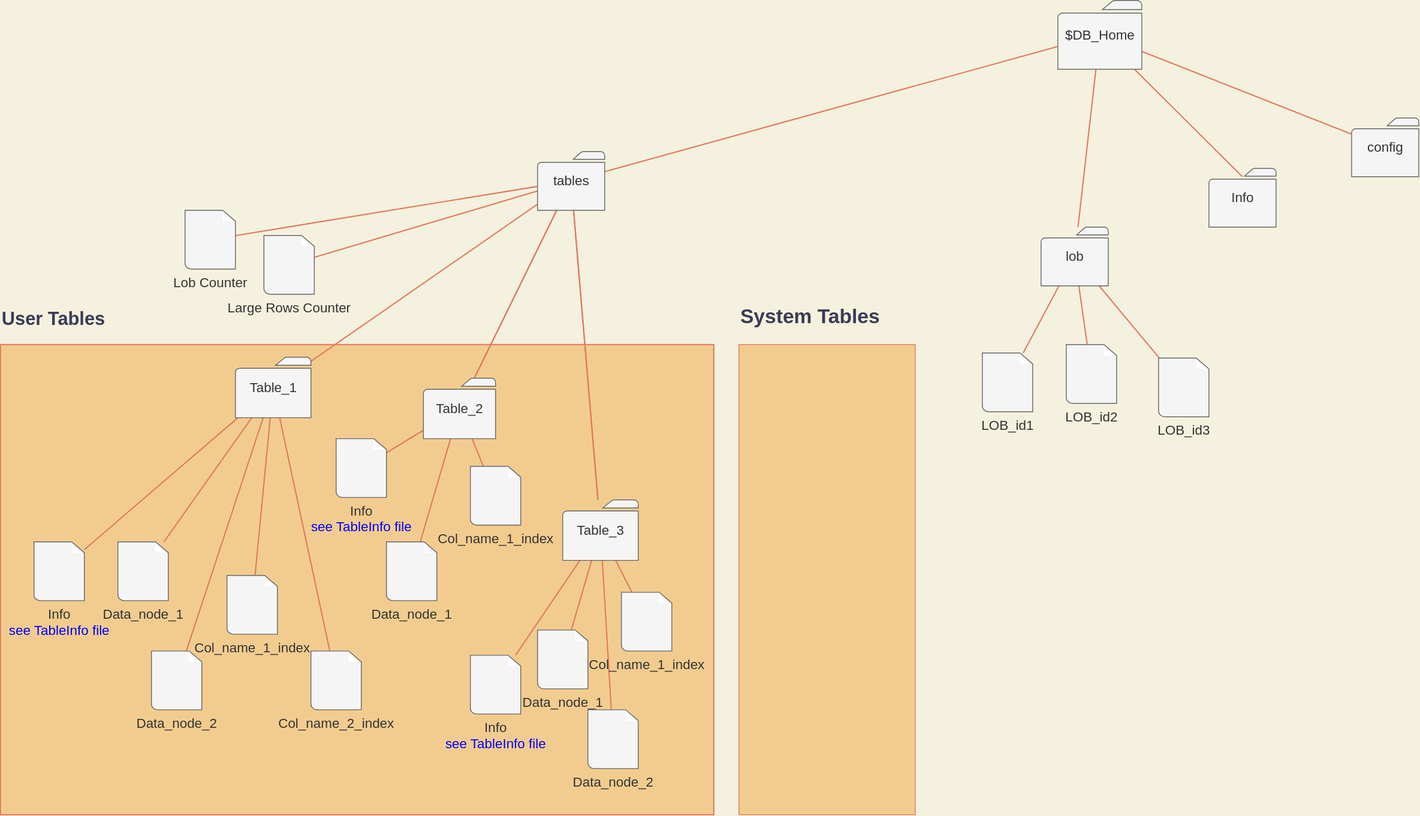
Harry29-exe/HomegrownDB keeps this draw.io diagram as documentacion/db_storage.doc.svg. Above is the earlier version. Source tidied: cells renumbered, new cells last; positions are measured from the earlier drawing's top-left corner, leaving out a move shared by most shapes.
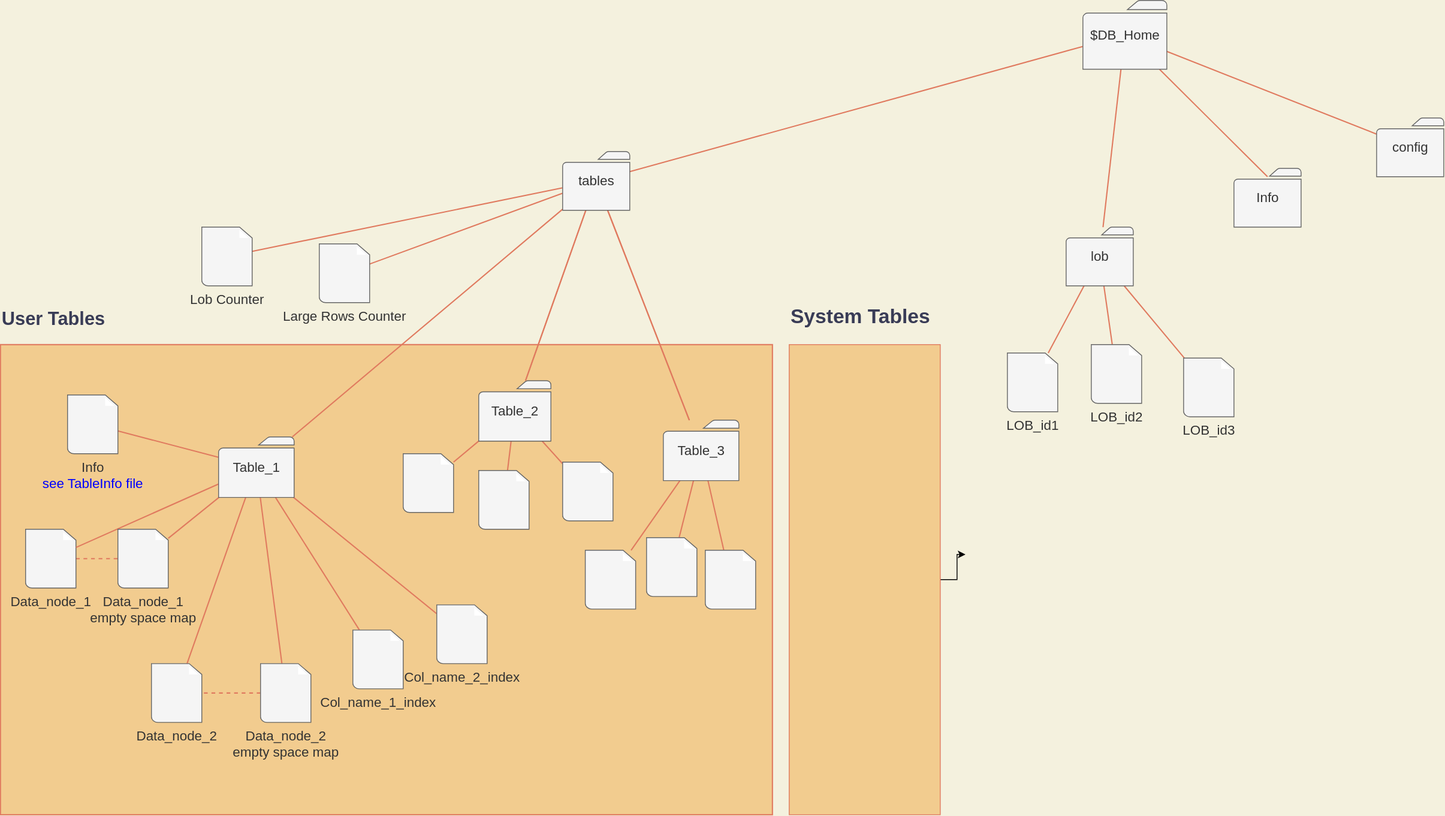
After the commit.

Diff of the diagram source:
```diff
@@ -2,11 +2,16 @@
   <root>
     <mxCell id="0" />
     <mxCell id="1" parent="0" />
+    <mxCell id="57" style="edgeStyle=orthogonalEdgeStyle;rounded=0;jettySize=auto;html=1;" parent="1" edge="1" source="2">
+      <mxGeometry relative="1" as="geometry">
+        <mxPoint x="1120" y="660" as="targetPoint" />
+      </mxGeometry>
+    </mxCell>
     <mxCell id="2" value="&lt;h1&gt;System Tables&lt;/h1&gt;" style="whiteSpace=wrap;html=1;labelPosition=center;verticalLabelPosition=top;align=left;verticalAlign=bottom;fillColor=#F2CC8F;strokeColor=#E07A5F;fontColor=#393C56;" parent="1" vertex="1">
-      <mxGeometry x="880" y="410" width="210" height="560" as="geometry" />
+      <mxGeometry x="910" y="410" width="180" height="560" as="geometry" />
     </mxCell>
     <mxCell id="3" value="&lt;h1&gt;User Tables&lt;/h1&gt;" style="whiteSpace=wrap;html=1;labelPosition=center;verticalLabelPosition=top;align=left;verticalAlign=bottom;rounded=0;fontSize=11;strokeWidth=1.5;labelBackgroundColor=none;endFill=0;fillColor=#F2CC8F;strokeColor=#E07A5F;fontColor=#393C56;" parent="1" vertex="1">
-      <mxGeometry y="410" width="850" height="560" as="geometry" />
+      <mxGeometry x="-30" y="410" width="920" height="560" as="geometry" />
     </mxCell>
     <mxCell id="4" style="jettySize=auto;html=1;endArrow=none;endFill=0;strokeWidth=1.5;strokeColor=#E07A5F;labelBackgroundColor=#F4F1DE;fontColor=#393C56;" parent="1" edge="1" source="8" target="17">
       <mxGeometry relative="1" as="geometry" />
@@ -23,8 +28,11 @@
     <mxCell id="8" value="&lt;font style=&quot;font-size: 16px&quot;&gt;$DB_Home&lt;/font&gt;" style="shadow=0;dashed=0;html=1;strokeColor=#666666;fillColor=#f5f5f5;labelPosition=center;verticalLabelPosition=middle;verticalAlign=middle;outlineConnect=0;align=center;shape=mxgraph.office.concepts.folder;fontColor=#333333;" parent="1" vertex="1">
       <mxGeometry x="1260" width="100" height="82" as="geometry" />
     </mxCell>
+    <mxCell id="58" style="edgeStyle=none;rounded=1;jettySize=auto;html=1;fontColor=#393C56;strokeColor=#E07A5F;strokeWidth=1.5;labelBackgroundColor=#F4F1DE;endFill=0;endArrow=none;dashed=1;" parent="1" edge="1" source="9" target="61">
+      <mxGeometry relative="1" as="geometry" />
+    </mxCell>
     <mxCell id="9" value="&lt;font style=&quot;font-size: 16px&quot;&gt;Data_node_1&lt;br&gt;&lt;/font&gt;" style="shadow=0;dashed=0;html=1;labelPosition=center;verticalLabelPosition=bottom;verticalAlign=top;align=center;outlineConnect=0;shape=mxgraph.veeam.2d.file;fillColor=#f5f5f5;fontColor=#333333;strokeColor=#666666;" parent="1" vertex="1">
-      <mxGeometry x="140" y="645" width="60" height="70" as="geometry" />
+      <mxGeometry y="630" width="60" height="70" as="geometry" />
     </mxCell>
     <mxCell id="10" style="edgeStyle=none;jettySize=auto;html=1;strokeColor=#E07A5F;endArrow=none;endFill=0;strokeWidth=1.5;labelBackgroundColor=#F4F1DE;fontColor=#393C56;" parent="1" edge="1" source="17" target="23">
       <mxGeometry relative="1" as="geometry" />
@@ -65,8 +73,14 @@
     <mxCell id="22" style="edgeStyle=none;jettySize=auto;html=1;endArrow=none;endFill=0;strokeWidth=1.5;strokeColor=#E07A5F;labelBackgroundColor=#F4F1DE;fontColor=#393C56;" parent="1" edge="1" source="23" target="34">
       <mxGeometry relative="1" as="geometry" />
     </mxCell>
+    <mxCell id="59" style="rounded=1;jettySize=auto;html=1;fontColor=#393C56;strokeColor=#E07A5F;strokeWidth=1.5;labelBackgroundColor=#F4F1DE;endFill=0;endArrow=none;" parent="1" edge="1" source="23" target="61">
+      <mxGeometry relative="1" as="geometry" />
+    </mxCell>
+    <mxCell id="60" style="edgeStyle=none;rounded=1;jettySize=auto;html=1;fontColor=#393C56;strokeColor=#E07A5F;strokeWidth=1.5;labelBackgroundColor=#F4F1DE;endFill=0;endArrow=none;" parent="1" edge="1" source="23" target="63">
+      <mxGeometry relative="1" as="geometry" />
+    </mxCell>
     <mxCell id="23" value="&lt;font style=&quot;font-size: 16px&quot;&gt;Table_1&lt;/font&gt;" style="shadow=0;dashed=0;html=1;strokeColor=#666666;fillColor=#f5f5f5;labelPosition=center;verticalLabelPosition=middle;verticalAlign=middle;outlineConnect=0;align=center;shape=mxgraph.office.concepts.folder;fontColor=#333333;" parent="1" vertex="1">
-      <mxGeometry x="280" y="425" width="90" height="72" as="geometry" />
+      <mxGeometry x="230" y="520" width="90" height="72" as="geometry" />
     </mxCell>
     <mxCell id="24" style="edgeStyle=none;jettySize=auto;html=1;fontSize=16;fontColor=#393C56;endArrow=none;endFill=0;strokeColor=#E07A5F;strokeWidth=1.5;labelBackgroundColor=#F4F1DE;" parent="1" edge="1" source="27" target="36">
       <mxGeometry relative="1" as="geometry" />
@@ -78,14 +92,11 @@
       <mxGeometry relative="1" as="geometry" />
     </mxCell>
     <mxCell id="27" value="&lt;p&gt;&lt;font style=&quot;font-size: 16px&quot;&gt;Table_2&lt;/font&gt;&lt;/p&gt;" style="shadow=0;dashed=0;html=1;strokeColor=#666666;fillColor=#f5f5f5;labelPosition=center;verticalLabelPosition=middle;verticalAlign=middle;outlineConnect=0;align=center;shape=mxgraph.office.concepts.folder;fontColor=#333333;" parent="1" vertex="1">
-      <mxGeometry x="504" y="450" width="86" height="72" as="geometry" />
+      <mxGeometry x="540" y="453" width="86" height="72" as="geometry" />
     </mxCell>
     <mxCell id="28" style="edgeStyle=none;jettySize=auto;html=1;fontSize=16;fontColor=#393C56;endArrow=none;endFill=0;strokeColor=#E07A5F;strokeWidth=1.5;labelBackgroundColor=#F4F1DE;" parent="1" edge="1" source="32" target="38">
       <mxGeometry relative="1" as="geometry" />
     </mxCell>
-    <mxCell id="29" style="edgeStyle=none;jettySize=auto;html=1;fontSize=16;fontColor=#393C56;endArrow=none;endFill=0;strokeColor=#E07A5F;strokeWidth=1.5;labelBackgroundColor=#F4F1DE;" parent="1" edge="1" source="32" target="40">
-      <mxGeometry relative="1" as="geometry" />
-    </mxCell>
     <mxCell id="30" style="edgeStyle=none;jettySize=auto;html=1;fontSize=16;fontColor=#393C56;endArrow=none;endFill=0;strokeColor=#E07A5F;strokeWidth=1.5;labelBackgroundColor=#F4F1DE;" parent="1" edge="1" source="32" target="39">
       <mxGeometry relative="1" as="geometry" />
     </mxCell>
@@ -93,32 +104,26 @@
       <mxGeometry relative="1" as="geometry" />
     </mxCell>
     <mxCell id="32" value="&lt;font style=&quot;font-size: 16px;&quot;&gt;Table_3&lt;br style=&quot;font-size: 16px;&quot;&gt;&lt;/font&gt;" style="shadow=0;dashed=0;html=1;strokeColor=#666666;fillColor=#f5f5f5;labelPosition=center;verticalLabelPosition=middle;verticalAlign=middle;outlineConnect=0;align=center;shape=mxgraph.office.concepts.folder;fontColor=#333333;fontSize=16;" parent="1" vertex="1">
-      <mxGeometry x="670" y="595" width="90" height="72" as="geometry" />
+      <mxGeometry x="760" y="500" width="90" height="72" as="geometry" />
     </mxCell>
     <mxCell id="33" value="&lt;font style=&quot;font-size: 16px&quot;&gt;Col_name_1_index&lt;br&gt;&lt;/font&gt;" style="shadow=0;dashed=0;html=1;labelPosition=center;verticalLabelPosition=bottom;verticalAlign=top;align=center;outlineConnect=0;shape=mxgraph.veeam.2d.file;fillColor=#f5f5f5;fontColor=#333333;strokeColor=#666666;" parent="1" vertex="1">
-      <mxGeometry x="270" y="685" width="60" height="70" as="geometry" />
+      <mxGeometry x="390" y="750" width="60" height="70" as="geometry" />
     </mxCell>
     <mxCell id="34" value="&lt;font style=&quot;font-size: 16px&quot;&gt;Col_name_2_index&lt;br&gt;&lt;/font&gt;" style="shadow=0;dashed=0;html=1;labelPosition=center;verticalLabelPosition=bottom;verticalAlign=top;align=center;outlineConnect=0;shape=mxgraph.veeam.2d.file;fillColor=#f5f5f5;fontColor=#333333;strokeColor=#666666;" parent="1" vertex="1">
-      <mxGeometry x="370" y="775" width="60" height="70" as="geometry" />
+      <mxGeometry x="490" y="720" width="60" height="70" as="geometry" />
     </mxCell>
     <mxCell id="35" value="&lt;font style=&quot;font-size: 16px&quot;&gt;Data_node_2&lt;br&gt;&lt;/font&gt;" style="shadow=0;dashed=0;html=1;labelPosition=center;verticalLabelPosition=bottom;verticalAlign=top;align=center;outlineConnect=0;shape=mxgraph.veeam.2d.file;fillColor=#f5f5f5;fontColor=#333333;strokeColor=#666666;" parent="1" vertex="1">
-      <mxGeometry x="180" y="775" width="60" height="70" as="geometry" />
+      <mxGeometry x="150" y="790" width="60" height="70" as="geometry" />
     </mxCell>
-    <mxCell id="36" value="&lt;font style=&quot;font-size: 16px&quot;&gt;Data_node_1&lt;br&gt;&lt;/font&gt;" style="shadow=0;dashed=0;html=1;strokeColor=#666666;fillColor=#f5f5f5;labelPosition=center;verticalLabelPosition=bottom;verticalAlign=top;align=center;outlineConnect=0;shape=mxgraph.veeam.2d.file;fontColor=#333333;" parent="1" vertex="1">
-      <mxGeometry x="460" y="645" width="60" height="70" as="geometry" />
+    <mxCell id="36" value="&lt;font style=&quot;font-size: 16px&quot;&gt;&lt;br&gt;&lt;/font&gt;" style="shadow=0;dashed=0;html=1;strokeColor=#666666;fillColor=#f5f5f5;labelPosition=center;verticalLabelPosition=bottom;verticalAlign=top;align=center;outlineConnect=0;shape=mxgraph.veeam.2d.file;fontColor=#333333;" parent="1" vertex="1">
+      <mxGeometry x="540" y="560" width="60" height="70" as="geometry" />
     </mxCell>
-    <mxCell id="37" value="&lt;font style=&quot;font-size: 16px&quot;&gt;Col_name_1_index&lt;br&gt;&lt;/font&gt;" style="shadow=0;dashed=0;html=1;labelPosition=center;verticalLabelPosition=bottom;verticalAlign=top;align=center;outlineConnect=0;shape=mxgraph.veeam.2d.file;fillColor=#f5f5f5;fontColor=#333333;strokeColor=#666666;" parent="1" vertex="1">
-      <mxGeometry x="560" y="555" width="60" height="70" as="geometry" />
+    <mxCell id="37" value="&lt;font style=&quot;font-size: 16px&quot;&gt;&lt;br&gt;&lt;/font&gt;" style="shadow=0;dashed=0;html=1;labelPosition=center;verticalLabelPosition=bottom;verticalAlign=top;align=center;outlineConnect=0;shape=mxgraph.veeam.2d.file;fillColor=#f5f5f5;fontColor=#333333;strokeColor=#666666;" parent="1" vertex="1">
+      <mxGeometry x="640" y="550" width="60" height="70" as="geometry" />
     </mxCell>
-    <mxCell id="38" value="&lt;font style=&quot;font-size: 16px&quot;&gt;Data_node_1&lt;br&gt;&lt;/font&gt;" style="shadow=0;dashed=0;html=1;labelPosition=center;verticalLabelPosition=bottom;verticalAlign=top;align=center;outlineConnect=0;shape=mxgraph.veeam.2d.file;fillColor=#f5f5f5;fontColor=#333333;strokeColor=#666666;" parent="1" vertex="1">
-      <mxGeometry x="640" y="750" width="60" height="70" as="geometry" />
-    </mxCell>
-    <mxCell id="39" value="&lt;font style=&quot;font-size: 16px&quot;&gt;Col_name_1_index&lt;br&gt;&lt;/font&gt;" style="shadow=0;dashed=0;html=1;labelPosition=center;verticalLabelPosition=bottom;verticalAlign=top;align=center;outlineConnect=0;shape=mxgraph.veeam.2d.file;fillColor=#f5f5f5;fontColor=#333333;strokeColor=#666666;" parent="1" vertex="1">
-      <mxGeometry x="740" y="705" width="60" height="70" as="geometry" />
+    <mxCell id="39" value="&lt;font style=&quot;font-size: 16px&quot;&gt;&lt;br&gt;&lt;/font&gt;" style="shadow=0;dashed=0;html=1;labelPosition=center;verticalLabelPosition=bottom;verticalAlign=top;align=center;outlineConnect=0;shape=mxgraph.veeam.2d.file;fillColor=#f5f5f5;fontColor=#333333;strokeColor=#666666;" parent="1" vertex="1">
+      <mxGeometry x="810" y="655" width="60" height="70" as="geometry" />
     </mxCell>
-    <mxCell id="40" value="&lt;font style=&quot;font-size: 16px&quot;&gt;Data_node_2&lt;br&gt;&lt;/font&gt;" style="shadow=0;dashed=0;html=1;labelPosition=center;verticalLabelPosition=bottom;verticalAlign=top;align=center;outlineConnect=0;shape=mxgraph.veeam.2d.file;fillColor=#f5f5f5;fontColor=#333333;strokeColor=#666666;" parent="1" vertex="1">
-      <mxGeometry x="700" y="845" width="60" height="70" as="geometry" />
-    </mxCell>
     <mxCell id="41" value="&lt;div&gt;&lt;font style=&quot;font-size: 16px&quot;&gt;Info&lt;/font&gt;&lt;/div&gt;" style="shadow=0;dashed=0;html=1;strokeColor=#666666;fillColor=#f5f5f5;labelPosition=center;verticalLabelPosition=middle;verticalAlign=middle;outlineConnect=0;align=center;shape=mxgraph.office.concepts.folder;horizontal=1;fontColor=#333333;fontSize=16;" parent="1" vertex="1">
       <mxGeometry x="1440" y="200" width="80" height="70" as="geometry" />
     </mxCell>
@@ -126,13 +131,13 @@
       <mxGeometry x="1610" y="140" width="80" height="70" as="geometry" />
     </mxCell>
     <mxCell id="43" value="&lt;font style=&quot;font-size: 16px&quot;&gt;Info&lt;br&gt;&lt;font color=&quot;#0000ff&quot;&gt;see TableInfo file&lt;/font&gt;&lt;br&gt;&lt;/font&gt;" style="shadow=0;dashed=0;html=1;labelPosition=center;verticalLabelPosition=bottom;verticalAlign=top;align=center;outlineConnect=0;shape=mxgraph.veeam.2d.file;fillColor=#f5f5f5;fontColor=#333333;strokeColor=#666666;" parent="1" vertex="1">
-      <mxGeometry x="40" y="645" width="60" height="70" as="geometry" />
+      <mxGeometry x="50" y="470" width="60" height="70" as="geometry" />
     </mxCell>
-    <mxCell id="44" value="&lt;font style=&quot;font-size: 16px&quot;&gt;Info&lt;br&gt;&lt;font color=&quot;#0000ff&quot;&gt;see TableInfo file&lt;/font&gt;&lt;br&gt;&lt;/font&gt;" style="shadow=0;dashed=0;html=1;labelPosition=center;verticalLabelPosition=bottom;verticalAlign=top;align=center;outlineConnect=0;shape=mxgraph.veeam.2d.file;fillColor=#f5f5f5;fontColor=#333333;strokeColor=#666666;" parent="1" vertex="1">
-      <mxGeometry x="400" y="522" width="60" height="70" as="geometry" />
+    <mxCell id="44" value="&lt;font style=&quot;font-size: 16px&quot;&gt;&lt;br&gt;&lt;/font&gt;" style="shadow=0;dashed=0;html=1;labelPosition=center;verticalLabelPosition=bottom;verticalAlign=top;align=center;outlineConnect=0;shape=mxgraph.veeam.2d.file;fillColor=#f5f5f5;fontColor=#333333;strokeColor=#666666;" parent="1" vertex="1">
+      <mxGeometry x="450" y="540" width="60" height="70" as="geometry" />
     </mxCell>
-    <mxCell id="45" value="&lt;font style=&quot;font-size: 16px&quot;&gt;Info&lt;br&gt;&lt;font color=&quot;#0000ff&quot;&gt;see TableInfo file&lt;/font&gt;&lt;br&gt;&lt;/font&gt;" style="shadow=0;dashed=0;html=1;strokeColor=#666666;fillColor=#f5f5f5;labelPosition=center;verticalLabelPosition=bottom;verticalAlign=top;align=center;outlineConnect=0;shape=mxgraph.veeam.2d.file;fontColor=#333333;" parent="1" vertex="1">
-      <mxGeometry x="560" y="780" width="60" height="70" as="geometry" />
+    <mxCell id="45" value="&lt;font style=&quot;font-size: 16px&quot;&gt;&lt;br&gt;&lt;/font&gt;" style="shadow=0;dashed=0;html=1;strokeColor=#666666;fillColor=#f5f5f5;labelPosition=center;verticalLabelPosition=bottom;verticalAlign=top;align=center;outlineConnect=0;shape=mxgraph.veeam.2d.file;fontColor=#333333;" parent="1" vertex="1">
+      <mxGeometry x="667" y="655" width="60" height="70" as="geometry" />
     </mxCell>
     <mxCell id="46" style="edgeStyle=none;orthogonalLoop=1;jettySize=auto;html=1;endArrow=none;endFill=0;strokeWidth=1.5;strokeColor=#E07A5F;labelBackgroundColor=#F4F1DE;fontColor=#393C56;" parent="1" edge="1">
       <mxGeometry relative="1" as="geometry">
@@ -145,7 +150,7 @@
       </mxGeometry>
     </mxCell>
     <mxCell id="48" value="Large Rows Counter" style="shadow=0;dashed=0;html=1;labelPosition=center;verticalLabelPosition=bottom;verticalAlign=top;align=center;outlineConnect=0;shape=mxgraph.veeam.2d.file;fillColor=#f5f5f5;fontColor=#333333;strokeColor=#666666;fontSize=16;" parent="1" vertex="1">
-      <mxGeometry x="314" y="280" width="60" height="70" as="geometry" />
+      <mxGeometry x="350" y="290" width="60" height="70" as="geometry" />
     </mxCell>
     <mxCell id="49" style="rounded=1;jettySize=auto;html=1;fontColor=#393C56;strokeColor=#E07A5F;strokeWidth=1.5;labelBackgroundColor=#F4F1DE;endFill=0;endArrow=none;" parent="1" edge="1" source="52" target="54">
       <mxGeometry relative="1" as="geometry" />
@@ -160,7 +165,7 @@
       <mxGeometry x="1240" y="270" width="80" height="70" as="geometry" />
     </mxCell>
     <mxCell id="53" value="Lob Counter" style="shadow=0;dashed=0;html=1;labelPosition=center;verticalLabelPosition=bottom;verticalAlign=top;align=center;outlineConnect=0;shape=mxgraph.veeam.2d.file;fillColor=#f5f5f5;fontColor=#333333;strokeColor=#666666;fontSize=16;" parent="1" vertex="1">
-      <mxGeometry x="220" y="250" width="60" height="70" as="geometry" />
+      <mxGeometry x="210" y="270" width="60" height="70" as="geometry" />
     </mxCell>
     <mxCell id="54" value="LOB_id1" style="shadow=0;dashed=0;html=1;labelPosition=center;verticalLabelPosition=bottom;verticalAlign=top;align=center;outlineConnect=0;shape=mxgraph.veeam.2d.file;fillColor=#f5f5f5;fontColor=#333333;strokeColor=#666666;fontSize=16;" parent="1" vertex="1">
       <mxGeometry x="1170" y="420" width="60" height="70" as="geometry" />
@@ -171,5 +176,17 @@
     <mxCell id="56" value="LOB_id3" style="shadow=0;dashed=0;html=1;labelPosition=center;verticalLabelPosition=bottom;verticalAlign=top;align=center;outlineConnect=0;shape=mxgraph.veeam.2d.file;fillColor=#f5f5f5;fontColor=#333333;strokeColor=#666666;fontSize=16;" parent="1" vertex="1">
       <mxGeometry x="1380" y="426" width="60" height="70" as="geometry" />
     </mxCell>
+    <mxCell id="38" value="&lt;font style=&quot;font-size: 16px&quot;&gt;&lt;br&gt;&lt;/font&gt;" style="shadow=0;dashed=0;html=1;labelPosition=center;verticalLabelPosition=bottom;verticalAlign=top;align=center;outlineConnect=0;shape=mxgraph.veeam.2d.file;fillColor=#f5f5f5;fontColor=#333333;strokeColor=#666666;" parent="1" vertex="1">
+      <mxGeometry x="740" y="640" width="60" height="70" as="geometry" />
+    </mxCell>
+    <mxCell id="61" value="&lt;font style=&quot;font-size: 16px&quot;&gt;Data_node_1&lt;br&gt;empty space map&lt;br&gt;&lt;/font&gt;" style="shadow=0;dashed=0;html=1;labelPosition=center;verticalLabelPosition=bottom;verticalAlign=top;align=center;outlineConnect=0;shape=mxgraph.veeam.2d.file;fillColor=#f5f5f5;fontColor=#333333;strokeColor=#666666;" parent="1" vertex="1">
+      <mxGeometry x="110" y="630" width="60" height="70" as="geometry" />
+    </mxCell>
+    <mxCell id="62" style="edgeStyle=none;rounded=1;jettySize=auto;html=1;fontColor=#393C56;strokeColor=#E07A5F;strokeWidth=1.5;labelBackgroundColor=#F4F1DE;endFill=0;endArrow=none;dashed=1;" parent="1" edge="1" source="63" target="35">
+      <mxGeometry relative="1" as="geometry" />
+    </mxCell>
+    <mxCell id="63" value="&lt;font style=&quot;font-size: 16px&quot;&gt;Data_node_2&lt;br&gt;empty space map&lt;br&gt;&lt;/font&gt;" style="shadow=0;dashed=0;html=1;labelPosition=center;verticalLabelPosition=bottom;verticalAlign=top;align=center;outlineConnect=0;shape=mxgraph.veeam.2d.file;fillColor=#f5f5f5;fontColor=#333333;strokeColor=#666666;" parent="1" vertex="1">
+      <mxGeometry x="280" y="790" width="60" height="70" as="geometry" />
+    </mxCell>
   </root>
 </mxGraphModel>
```
